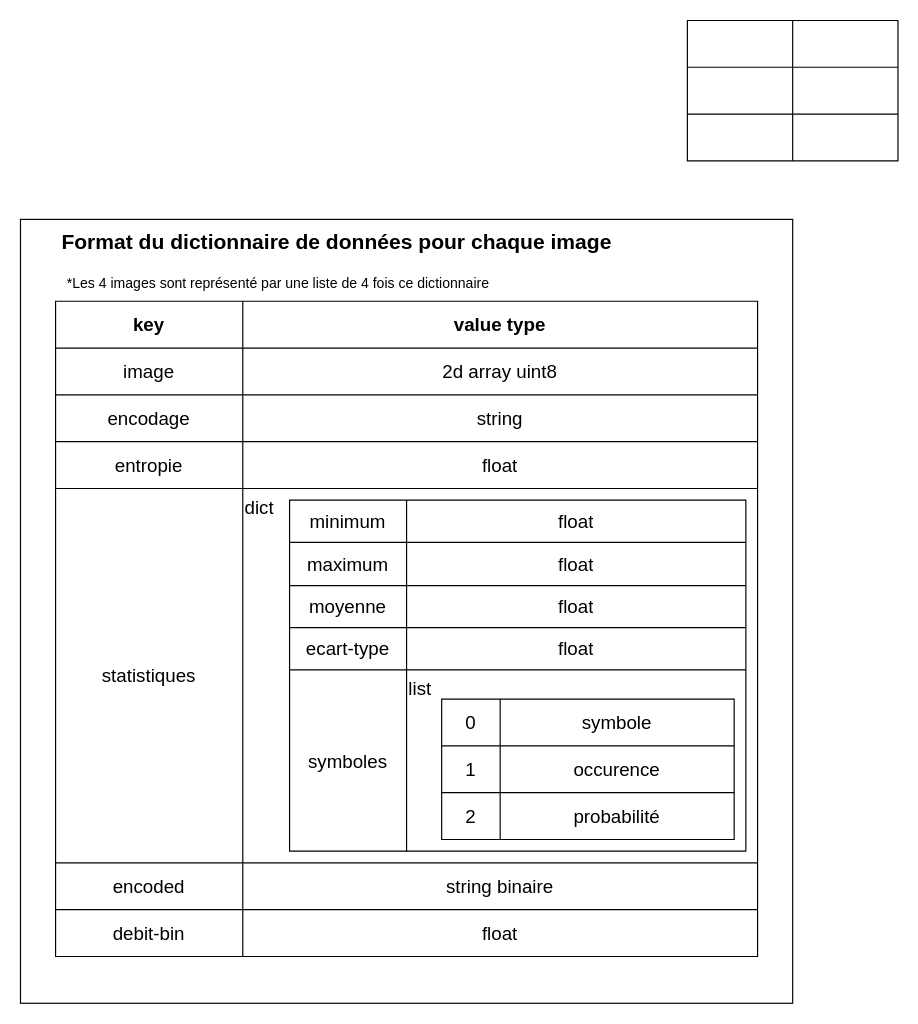
Above: Problematique/diagrammes/dataDict.drawio in SimonCanelle/s8app3 (draw.io), before the change. Source tidied: cells renumbered, new cells numbered last; positions are measured from the earlier drawing's top-left corner, leaving out a move shared by most shapes. Both pictures are drawn from the tidied source at 117%, with x=0, y=0 at pixel (20, 20).
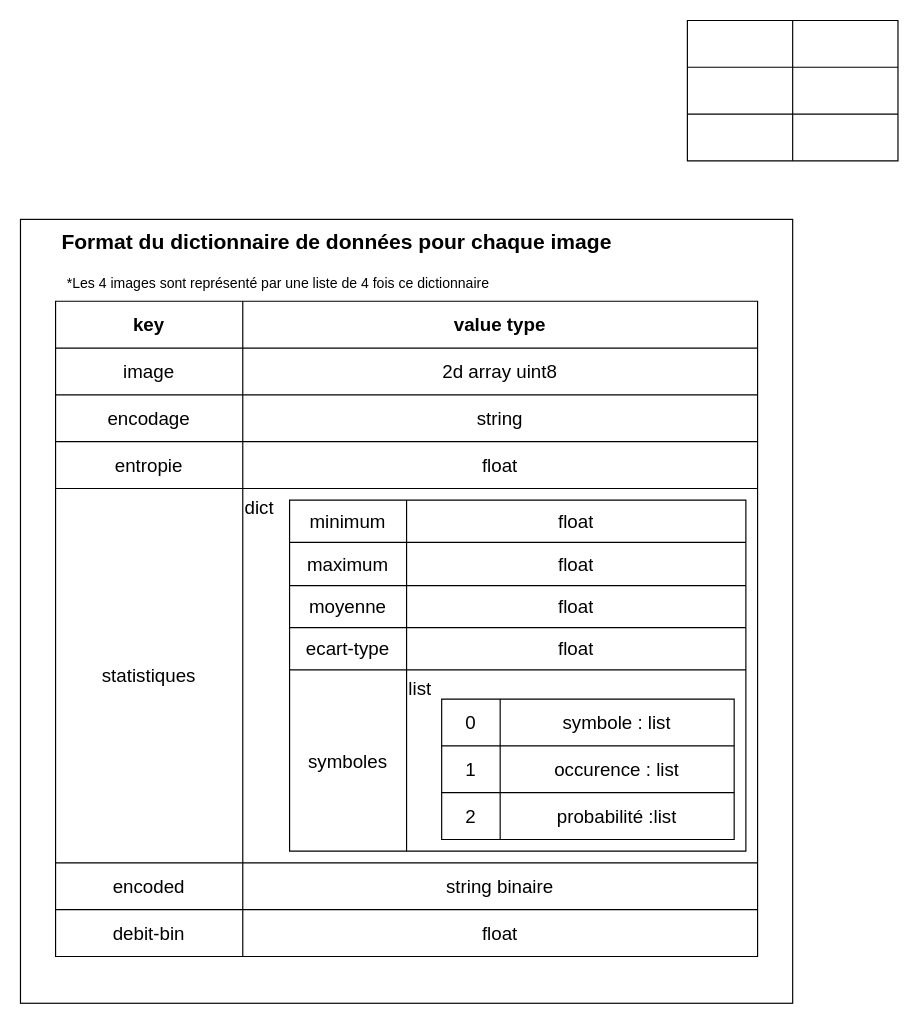
The same diagram, later.

Unchanged cells that the change refers to:
```xml
<mxCell id="54" style="shape=tableRow;horizontal=0;startSize=0;swimlaneHead=0;swimlaneBody=0;strokeColor=inherit;top=0;left=0;bottom=0;right=0;fillColor=none;fontSize=16;" parent="53" vertex="1">
  <mxGeometry width="250" height="40" as="geometry" />
</mxCell>
<mxCell id="57" style="shape=tableRow;horizontal=0;startSize=0;swimlaneHead=0;swimlaneBody=0;strokeColor=inherit;top=0;left=0;bottom=0;right=0;fillColor=none;fontSize=16;" parent="53" vertex="1">
  <mxGeometry y="40" width="250" height="40" as="geometry" />
</mxCell>
<mxCell id="60" style="shape=tableRow;horizontal=0;startSize=0;swimlaneHead=0;swimlaneBody=0;strokeColor=inherit;top=0;left=0;bottom=0;right=0;fillColor=none;fontSize=16;" parent="53" vertex="1">
  <mxGeometry y="80" width="250" height="40" as="geometry" />
</mxCell>
```

Change to the diagram source:
```diff
@@
-    <mxCell id="56" value="symbole" style="shape=partialRectangle;html=1;whiteSpace=wrap;strokeColor=inherit;overflow=hidden;fillColor=none;top=0;left=0;bottom=0;right=0;fontSize=16;" parent="54" vertex="1">
+    <mxCell id="56" value="symbole : list" style="shape=partialRectangle;html=1;whiteSpace=wrap;strokeColor=inherit;overflow=hidden;fillColor=none;top=0;left=0;bottom=0;right=0;fontSize=16;" parent="54" vertex="1">
       <mxGeometry x="50" width="200" height="40" as="geometry" />
     </mxCell>
@@
-    <mxCell id="59" value="occurence" style="shape=partialRectangle;html=1;whiteSpace=wrap;strokeColor=inherit;overflow=hidden;fillColor=none;top=0;left=0;bottom=0;right=0;fontSize=16;" parent="57" vertex="1">
+    <mxCell id="59" value="occurence : list" style="shape=partialRectangle;html=1;whiteSpace=wrap;strokeColor=inherit;overflow=hidden;fillColor=none;top=0;left=0;bottom=0;right=0;fontSize=16;" parent="57" vertex="1">
       <mxGeometry x="50" width="200" height="40" as="geometry" />
     </mxCell>
@@
-    <mxCell id="62" value="probabilité" style="shape=partialRectangle;html=1;whiteSpace=wrap;strokeColor=inherit;overflow=hidden;fillColor=none;top=0;left=0;bottom=0;right=0;fontSize=16;" parent="60" vertex="1">
+    <mxCell id="62" value="probabilité :list" style="shape=partialRectangle;html=1;whiteSpace=wrap;strokeColor=inherit;overflow=hidden;fillColor=none;top=0;left=0;bottom=0;right=0;fontSize=16;" parent="60" vertex="1">
       <mxGeometry x="50" width="200" height="40" as="geometry" />
     </mxCell>
```
